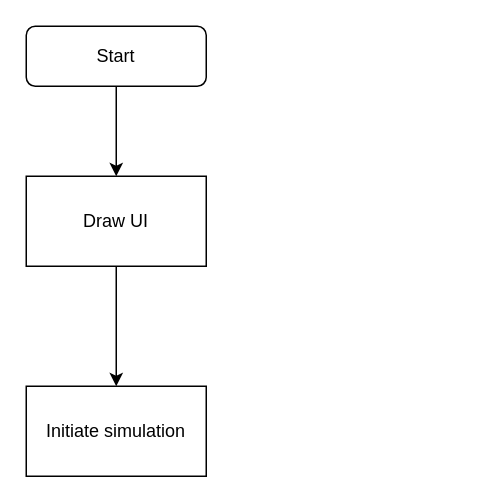
Before: Particle Simulation.drawio in particle-simulation/H24HX3-Fysik-og-Programmering-Josva-Partikel-Simulation, a draw.io diagram. Source tidied: cells renumbered, new cells numbered last; positions are measured from the earlier drawing's top-left corner, leaving out a move shared by most shapes. Both pictures are drawn from the tidied source at 150%, with x=0, y=0 at pixel (26, 26).
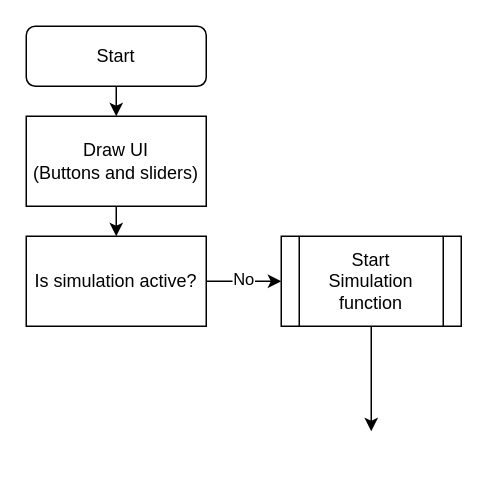
The same page after the edit.

The edit, as a diff of the source:
```diff
@@
 <mxGraphModel>
   <root>
     <mxCell id="0" />
     <mxCell id="1" parent="0" />
     <mxCell id="2" value="Start" style="rounded=1;whiteSpace=wrap;html=1;fontSize=12;glass=0;strokeWidth=1;shadow=0;" parent="1" vertex="1">
       <mxGeometry width="120" height="40" as="geometry" />
     </mxCell>
+    <mxCell id="7" style="edgeStyle=orthogonalEdgeStyle;rounded=0;jettySize=auto;html=1;" parent="1" edge="1" source="3" target="10">
+      <mxGeometry relative="1" as="geometry" />
+    </mxCell>
+    <mxCell id="8" value="&lt;div&gt;No&lt;/div&gt;" style="edgeLabel;html=1;align=center;verticalAlign=middle;" parent="7" vertex="1">
+      <mxGeometry x="-0.04" y="2" relative="1" as="geometry" />
+    </mxCell>
-    <mxCell id="3" value="Initiate simulation" style="rounded=0;whiteSpace=wrap;html=1;" parent="1" vertex="1">
-      <mxGeometry y="240" width="120" height="60" as="geometry" />
+    <mxCell id="3" value="Is simulation active?" style="rounded=0;whiteSpace=wrap;html=1;" parent="1" vertex="1">
+      <mxGeometry y="140" width="120" height="60" as="geometry" />
     </mxCell>
-    <mxCell id="4" value="Draw UI" style="rounded=0;whiteSpace=wrap;html=1;" parent="1" vertex="1">
-      <mxGeometry y="100" width="120" height="60" as="geometry" />
+    <mxCell id="4" value="&lt;div&gt;Draw UI&lt;/div&gt;&lt;div&gt;(Buttons and sliders)&lt;/div&gt;" style="rounded=0;whiteSpace=wrap;html=1;" parent="1" vertex="1">
+      <mxGeometry y="60" width="120" height="60" as="geometry" />
     </mxCell>
     <mxCell id="5" style="endArrow=classic;html=1;rounded=0;exitX=0.5;exitY=1;exitDx=0;exitDy=0;entryX=0.5;entryY=0;entryDx=0;entryDy=0;" parent="1" edge="1" source="4" target="3">
       <mxGeometry relative="1" as="geometry" />
     </mxCell>
     <mxCell id="6" style="endArrow=classic;html=1;rounded=0;exitX=0.5;exitY=1;exitDx=0;exitDy=0;entryX=0.5;entryY=0;entryDx=0;entryDy=0;" parent="1" edge="1" source="2" target="4">
       <mxGeometry relative="1" as="geometry" />
     </mxCell>
+    <mxCell id="9" style="edgeStyle=orthogonalEdgeStyle;rounded=0;jettySize=auto;html=1;exitX=0.5;exitY=1;exitDx=0;exitDy=0;" parent="1" edge="1" source="10">
+      <mxGeometry relative="1" as="geometry">
+        <mxPoint x="230" y="270" as="targetPoint" />
+      </mxGeometry>
+    </mxCell>
+    <mxCell id="10" value="&lt;div&gt;Start&lt;/div&gt;&lt;div&gt;Simulation function&lt;/div&gt;" style="shape=process;whiteSpace=wrap;html=1;backgroundOutline=1;rounded=0;" parent="1" vertex="1">
+      <mxGeometry x="170" y="140" width="120" height="60" as="geometry" />
+    </mxCell>
   </root>
 </mxGraphModel>
```
